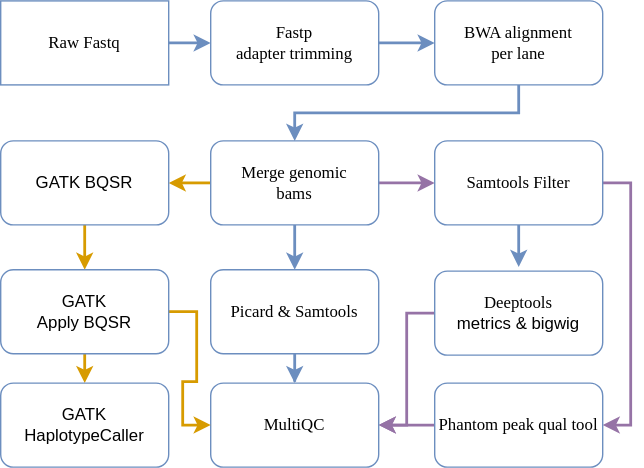
Above: images/genome.svg in imperial-genomics-facility/igf-pipeline-help (draw.io), before the change. Source tidied: cells renumbered, new cells last; positions are measured from the earlier drawing's top-left corner, leaving out a move shared by most shapes.
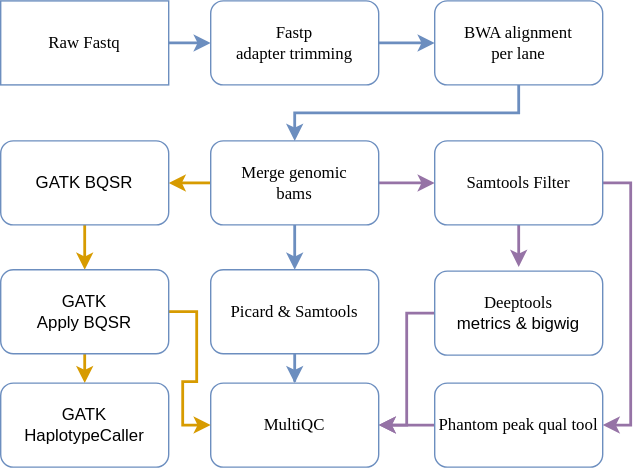
After the change.

Commit message:
updated data flow image for genome data processing

Diff of the diagram source:
```diff
@@ -38,7 +38,7 @@
     <mxCell id="13" value="&lt;font face=&quot;Lucida Console&quot;&gt;Picard &amp;amp; Samtools&lt;/font&gt;" style="rounded=1;whiteSpace=wrap;html=1;fillColor=none;strokeColor=#6c8ebf;" parent="1" vertex="1">
       <mxGeometry x="150" y="192" width="120" height="60" as="geometry" />
     </mxCell>
-    <mxCell id="14" style="edgeStyle=orthogonalEdgeStyle;rounded=0;jettySize=auto;html=1;strokeColor=#6C8EBF;strokeWidth=2;" parent="1" edge="1" source="16">
+    <mxCell id="14" style="edgeStyle=orthogonalEdgeStyle;rounded=0;jettySize=auto;html=1;strokeColor=#9673a6;strokeWidth=2;fillColor=#e1d5e7;" parent="1" edge="1" source="16">
       <mxGeometry relative="1" as="geometry">
         <mxPoint x="370" y="190" as="targetPoint" />
       </mxGeometry>
```
